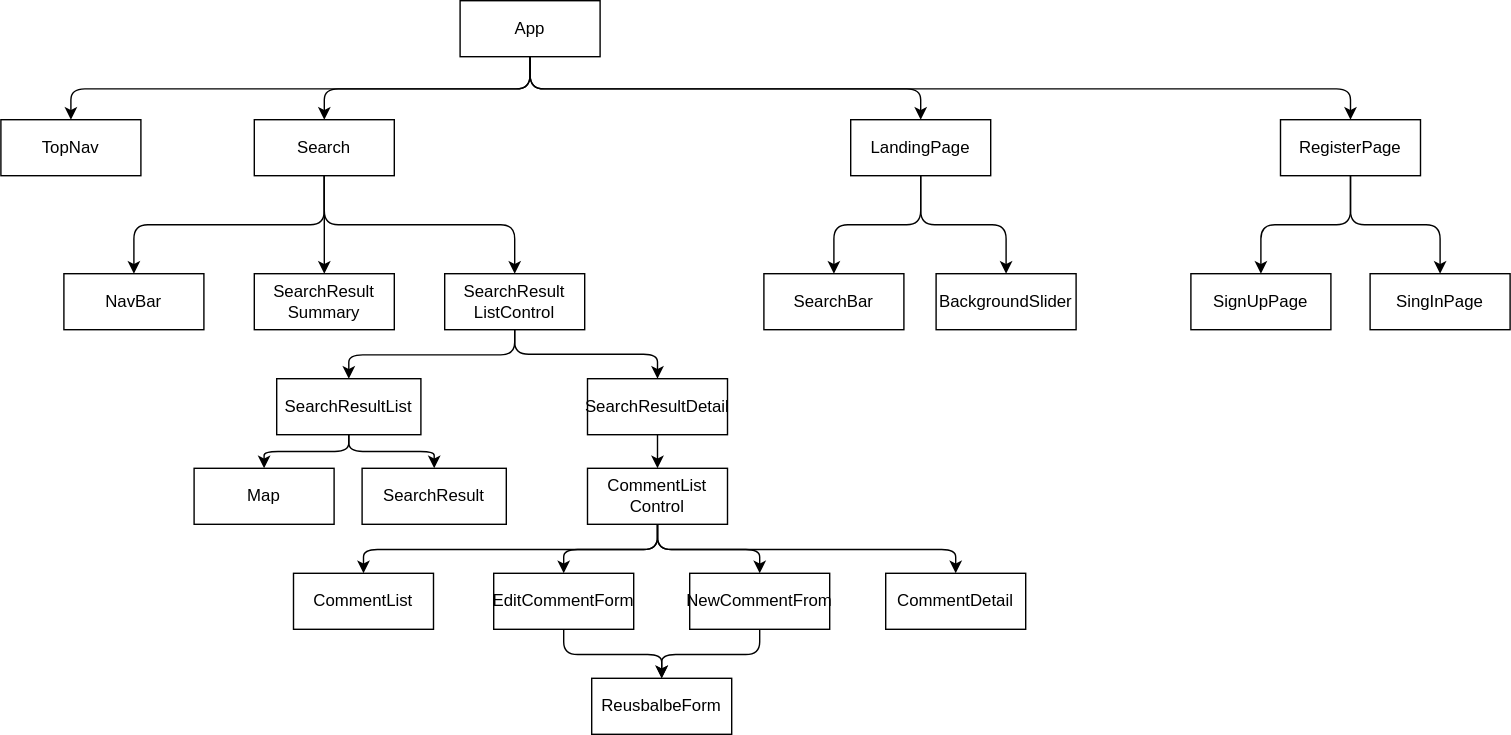
Earlier version of the draw.io export diagrams/MVP Diagram.drawio.svg (zbl14/capstone-planning-log-and-proposal). Source tidied: cells renumbered, new cells last; positions are measured from the earlier drawing's top-left corner, leaving out a move shared by most shapes.
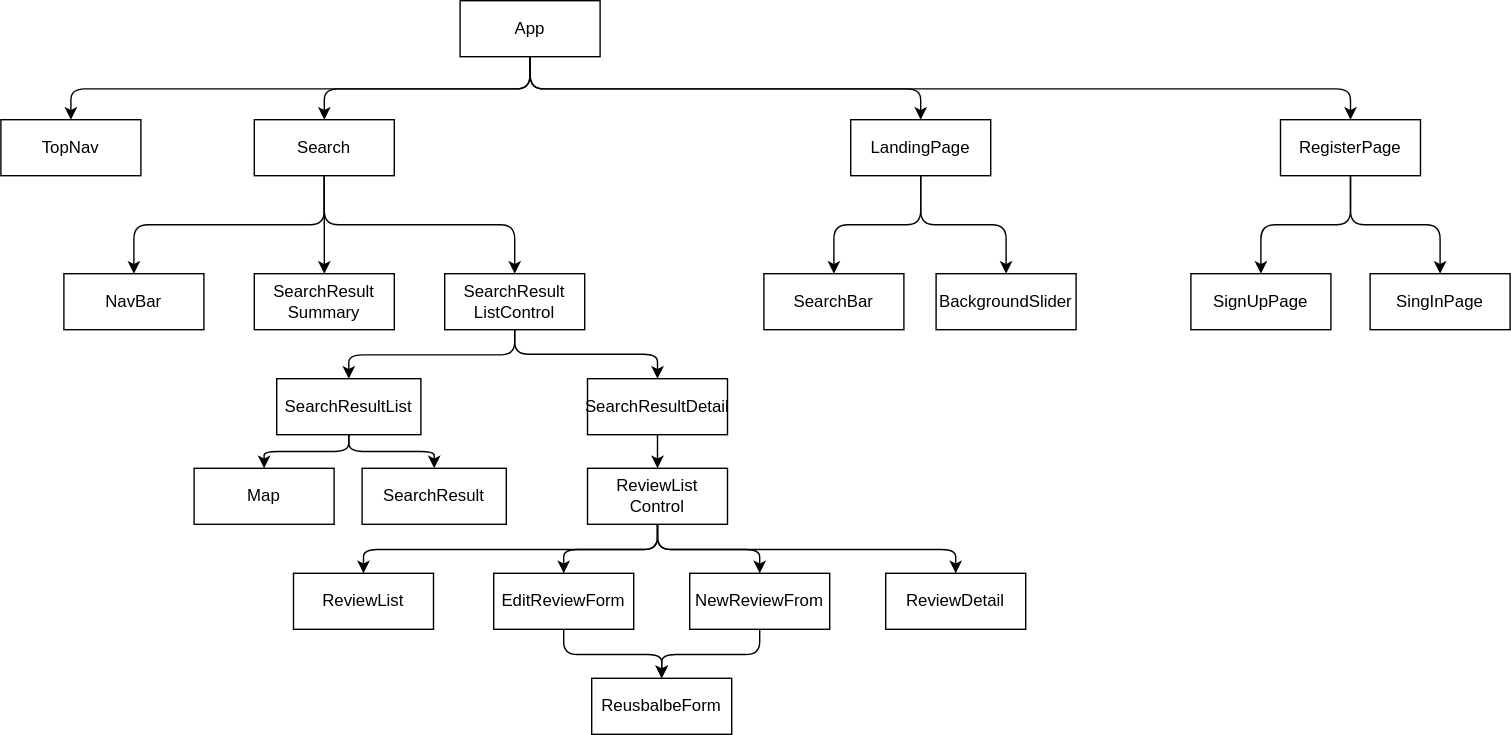
After the change.

Diff of the diagram source:
```diff
@@ -89,25 +89,25 @@
     <mxCell id="30" style="edgeStyle=elbowEdgeStyle;elbow=vertical;html=1;exitX=0.5;exitY=1;exitDx=0;exitDy=0;entryX=0.5;entryY=0;entryDx=0;entryDy=0;" parent="1" edge="1" source="31" target="37">
       <mxGeometry relative="1" as="geometry" />
     </mxCell>
-    <mxCell id="31" value="CommentList&lt;br&gt;Control" style="rounded=0;whiteSpace=wrap;html=1;" parent="1" vertex="1">
+    <mxCell id="31" value="ReviewList&lt;br&gt;Control" style="rounded=0;whiteSpace=wrap;html=1;" parent="1" vertex="1">
       <mxGeometry x="419" y="334" width="100" height="40" as="geometry" />
     </mxCell>
-    <mxCell id="32" value="CommentList" style="rounded=0;whiteSpace=wrap;html=1;" parent="1" vertex="1">
+    <mxCell id="32" value="ReviewList" style="rounded=0;whiteSpace=wrap;html=1;" parent="1" vertex="1">
       <mxGeometry x="209" y="409" width="100" height="40" as="geometry" />
     </mxCell>
     <mxCell id="33" style="edgeStyle=elbowEdgeStyle;elbow=vertical;html=1;exitX=0.5;exitY=1;exitDx=0;exitDy=0;entryX=0.5;entryY=0;entryDx=0;entryDy=0;" parent="1" edge="1" source="34" target="38">
       <mxGeometry relative="1" as="geometry" />
     </mxCell>
-    <mxCell id="34" value="EditCommentForm" style="rounded=0;whiteSpace=wrap;html=1;" parent="1" vertex="1">
+    <mxCell id="34" value="EditReviewForm" style="rounded=0;whiteSpace=wrap;html=1;" parent="1" vertex="1">
       <mxGeometry x="352" y="409" width="100" height="40" as="geometry" />
     </mxCell>
     <mxCell id="35" style="edgeStyle=elbowEdgeStyle;elbow=vertical;html=1;exitX=0.5;exitY=1;exitDx=0;exitDy=0;entryX=0.5;entryY=0;entryDx=0;entryDy=0;" parent="1" edge="1" source="36" target="38">
       <mxGeometry relative="1" as="geometry" />
     </mxCell>
-    <mxCell id="36" value="NewCommentFrom" style="rounded=0;whiteSpace=wrap;html=1;" parent="1" vertex="1">
+    <mxCell id="36" value="NewReviewFrom" style="rounded=0;whiteSpace=wrap;html=1;" parent="1" vertex="1">
       <mxGeometry x="492" y="409" width="100" height="40" as="geometry" />
     </mxCell>
-    <mxCell id="37" value="CommentDetail" style="rounded=0;whiteSpace=wrap;html=1;" parent="1" vertex="1">
+    <mxCell id="37" value="ReviewDetail" style="rounded=0;whiteSpace=wrap;html=1;" parent="1" vertex="1">
       <mxGeometry x="632" y="409" width="100" height="40" as="geometry" />
     </mxCell>
     <mxCell id="38" value="ReusbalbeForm" style="rounded=0;whiteSpace=wrap;html=1;" parent="1" vertex="1">
```
